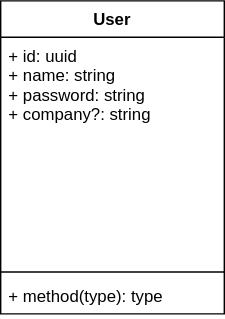
Above: _ProjectDiagrams/ClassDiagram.drawio.svg in gabrielhz/inventorymanager (draw.io), before the change. Source tidied: cells renumbered, new cells last; positions are measured from the earlier drawing's top-left corner, leaving out a move shared by most shapes.
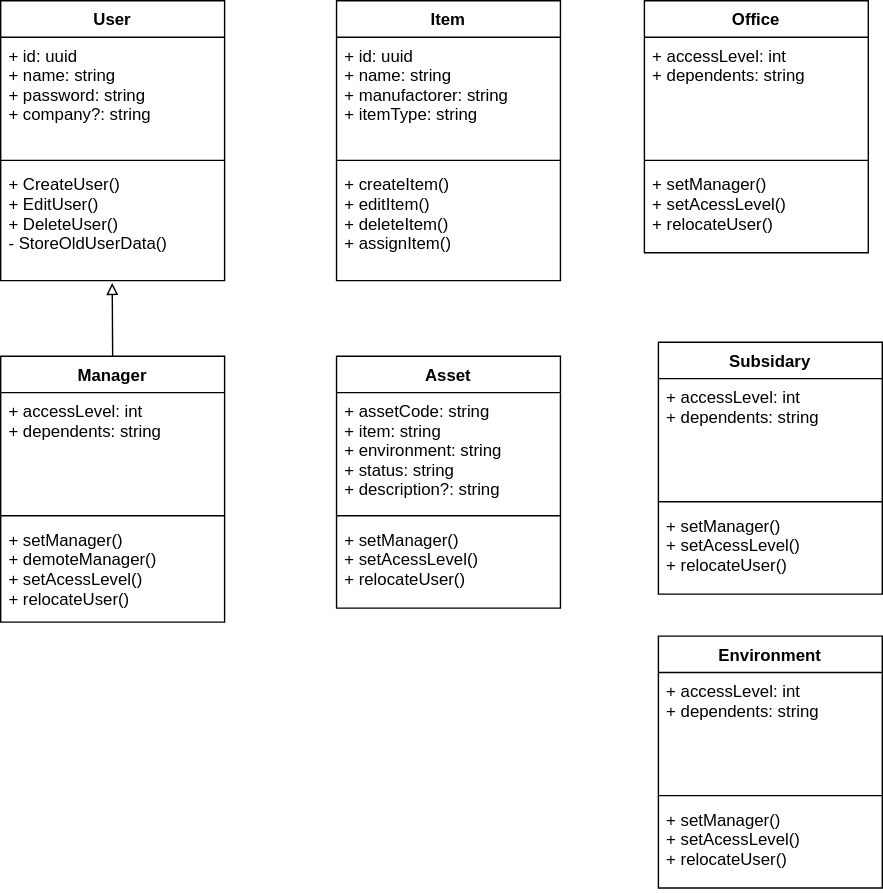
After the commit.

Commit message:
diagrams step

The edit, as a diff of the source:
```diff
@@ -3,16 +3,91 @@
     <mxCell id="0" />
     <mxCell id="1" parent="0" />
     <mxCell id="2" value="User" style="swimlane;fontStyle=1;align=center;verticalAlign=top;horizontal=1;startSize=26;" parent="1" vertex="1">
-      <mxGeometry width="160" height="224" as="geometry" />
+      <mxGeometry width="160" height="200" as="geometry" />
     </mxCell>
     <mxCell id="3" value="+ id: uuid&#10;+ name: string&#10;+ password: string&#10;+ company?: string&#10;" style="text;strokeColor=none;fillColor=none;align=left;verticalAlign=top;spacingLeft=4;spacingRight=4;overflow=hidden;" parent="2" vertex="1">
-      <mxGeometry y="26" width="160" height="164" as="geometry" />
+      <mxGeometry y="26" width="160" height="84" as="geometry" />
     </mxCell>
     <mxCell id="4" style="line;strokeWidth=1;fillColor=none;align=left;verticalAlign=middle;spacingTop=-1;spacingLeft=3;spacingRight=3;labelPosition=right;strokeColor=inherit;" parent="2" vertex="1">
-      <mxGeometry y="190" width="160" height="8" as="geometry" />
+      <mxGeometry y="110" width="160" height="8" as="geometry" />
     </mxCell>
-    <mxCell id="5" value="+ method(type): type" style="text;strokeColor=none;fillColor=none;align=left;verticalAlign=top;spacingLeft=4;spacingRight=4;overflow=hidden;points=[[0,0.5],[1,0.5]];portConstraint=eastwest;" parent="2" vertex="1">
-      <mxGeometry y="198" width="160" height="26" as="geometry" />
+    <mxCell id="5" value="+ CreateUser()&#10;+ EditUser()&#10;+ DeleteUser()&#10;- StoreOldUserData()&#10;&#10;" style="text;strokeColor=none;fillColor=none;align=left;verticalAlign=top;spacingLeft=4;spacingRight=4;overflow=hidden;points=[[0,0.5],[1,0.5]];portConstraint=eastwest;" parent="2" vertex="1">
+      <mxGeometry y="118" width="160" height="82" as="geometry" />
     </mxCell>
+    <mxCell id="6" style="edgeStyle=none;html=1;exitX=0.5;exitY=0;exitDx=0;exitDy=0;entryX=0.498;entryY=1.021;entryDx=0;entryDy=0;entryPerimeter=0;endArrow=block;endFill=0;" parent="1" edge="1" source="7" target="5">
+      <mxGeometry relative="1" as="geometry" />
+    </mxCell>
+    <mxCell id="7" value="Manager&#10;" style="swimlane;fontStyle=1;align=center;verticalAlign=top;horizontal=1;startSize=26;" parent="1" vertex="1">
+      <mxGeometry y="254" width="160" height="190" as="geometry" />
+    </mxCell>
+    <mxCell id="8" value="+ accessLevel: int&#10;+ dependents: string" style="text;strokeColor=none;fillColor=none;align=left;verticalAlign=top;spacingLeft=4;spacingRight=4;overflow=hidden;" parent="7" vertex="1">
+      <mxGeometry y="26" width="160" height="84" as="geometry" />
+    </mxCell>
+    <mxCell id="9" style="line;strokeWidth=1;fillColor=none;align=left;verticalAlign=middle;spacingTop=-1;spacingLeft=3;spacingRight=3;labelPosition=right;strokeColor=inherit;" parent="7" vertex="1">
+      <mxGeometry y="110" width="160" height="8" as="geometry" />
+    </mxCell>
+    <mxCell id="10" value="+ setManager()&#10;+ demoteManager()&#10;+ setAcessLevel()&#10;+ relocateUser()" style="text;strokeColor=none;fillColor=none;align=left;verticalAlign=top;spacingLeft=4;spacingRight=4;overflow=hidden;" parent="7" vertex="1">
+      <mxGeometry y="118" width="160" height="72" as="geometry" />
+    </mxCell>
+    <mxCell id="11" value="Asset" style="swimlane;fontStyle=1;align=center;verticalAlign=top;horizontal=1;startSize=26;" parent="1" vertex="1">
+      <mxGeometry x="240" y="254" width="160" height="180" as="geometry" />
+    </mxCell>
+    <mxCell id="12" value="+ assetCode: string&#10;+ item: string&#10;+ environment: string&#10;+ status: string &#10;+ description?: string&#10;" style="text;strokeColor=none;fillColor=none;align=left;verticalAlign=top;spacingLeft=4;spacingRight=4;overflow=hidden;fontColor=default;labelBackgroundColor=none;" parent="11" vertex="1">
+      <mxGeometry y="26" width="160" height="84" as="geometry" />
+    </mxCell>
+    <mxCell id="13" style="line;strokeWidth=1;fillColor=none;align=left;verticalAlign=middle;spacingTop=-1;spacingLeft=3;spacingRight=3;labelPosition=right;strokeColor=inherit;" parent="11" vertex="1">
+      <mxGeometry y="110" width="160" height="8" as="geometry" />
+    </mxCell>
+    <mxCell id="14" value="+ setManager()&#10;+ setAcessLevel()&#10;+ relocateUser()" style="text;strokeColor=none;fillColor=none;align=left;verticalAlign=top;spacingLeft=4;spacingRight=4;overflow=hidden;" parent="11" vertex="1">
+      <mxGeometry y="118" width="160" height="62" as="geometry" />
+    </mxCell>
+    <mxCell id="15" value="Item" style="swimlane;fontStyle=1;align=center;verticalAlign=top;horizontal=1;startSize=26;" parent="1" vertex="1">
+      <mxGeometry x="240" width="160" height="200" as="geometry" />
+    </mxCell>
+    <mxCell id="16" value="+ id: uuid&#10;+ name: string&#10;+ manufactorer: string&#10;+ itemType: string" style="text;strokeColor=none;fillColor=none;align=left;verticalAlign=top;spacingLeft=4;spacingRight=4;overflow=hidden;fontColor=default;labelBackgroundColor=none;" parent="15" vertex="1">
+      <mxGeometry y="26" width="160" height="84" as="geometry" />
+    </mxCell>
+    <mxCell id="17" style="line;strokeWidth=1;fillColor=none;align=left;verticalAlign=middle;spacingTop=-1;spacingLeft=3;spacingRight=3;labelPosition=right;strokeColor=inherit;" parent="15" vertex="1">
+      <mxGeometry y="110" width="160" height="8" as="geometry" />
+    </mxCell>
+    <mxCell id="18" value="+ createItem()&#10;+ editItem()&#10;+ deleteItem()&#10;+ assignItem()" style="text;strokeColor=none;fillColor=none;align=left;verticalAlign=top;spacingLeft=4;spacingRight=4;overflow=hidden;" parent="15" vertex="1">
+      <mxGeometry y="118" width="160" height="82" as="geometry" />
+    </mxCell>
+    <mxCell id="19" value="Office" style="swimlane;fontStyle=1;align=center;verticalAlign=top;horizontal=1;startSize=26;" parent="1" vertex="1">
+      <mxGeometry x="460" width="160" height="180" as="geometry" />
+    </mxCell>
+    <mxCell id="20" value="+ accessLevel: int&#10;+ dependents: string" style="text;strokeColor=none;fillColor=none;align=left;verticalAlign=top;spacingLeft=4;spacingRight=4;overflow=hidden;fontColor=default;labelBackgroundColor=none;" parent="19" vertex="1">
+      <mxGeometry y="26" width="160" height="84" as="geometry" />
+    </mxCell>
+    <mxCell id="21" style="line;strokeWidth=1;fillColor=none;align=left;verticalAlign=middle;spacingTop=-1;spacingLeft=3;spacingRight=3;labelPosition=right;strokeColor=inherit;" parent="19" vertex="1">
+      <mxGeometry y="110" width="160" height="8" as="geometry" />
+    </mxCell>
+    <mxCell id="22" value="+ setManager()&#10;+ setAcessLevel()&#10;+ relocateUser()" style="text;strokeColor=none;fillColor=none;align=left;verticalAlign=top;spacingLeft=4;spacingRight=4;overflow=hidden;" parent="19" vertex="1">
+      <mxGeometry y="118" width="160" height="62" as="geometry" />
+    </mxCell>
+    <mxCell id="23" value="Subsidary" style="swimlane;fontStyle=1;align=center;verticalAlign=top;horizontal=1;startSize=26;" parent="1" vertex="1">
+      <mxGeometry x="470" y="244" width="160" height="180" as="geometry" />
+    </mxCell>
+    <mxCell id="24" value="+ accessLevel: int&#10;+ dependents: string" style="text;strokeColor=none;fillColor=none;align=left;verticalAlign=top;spacingLeft=4;spacingRight=4;overflow=hidden;fontColor=default;labelBackgroundColor=none;" parent="23" vertex="1">
+      <mxGeometry y="26" width="160" height="84" as="geometry" />
+    </mxCell>
+    <mxCell id="25" style="line;strokeWidth=1;fillColor=none;align=left;verticalAlign=middle;spacingTop=-1;spacingLeft=3;spacingRight=3;labelPosition=right;strokeColor=inherit;" parent="23" vertex="1">
+      <mxGeometry y="110" width="160" height="8" as="geometry" />
+    </mxCell>
+    <mxCell id="26" value="+ setManager()&#10;+ setAcessLevel()&#10;+ relocateUser()" style="text;strokeColor=none;fillColor=none;align=left;verticalAlign=top;spacingLeft=4;spacingRight=4;overflow=hidden;" parent="23" vertex="1">
+      <mxGeometry y="118" width="160" height="62" as="geometry" />
+    </mxCell>
+    <mxCell id="27" value="Environment" style="swimlane;fontStyle=1;align=center;verticalAlign=top;horizontal=1;startSize=26;" parent="1" vertex="1">
+      <mxGeometry x="470" y="454" width="160" height="180" as="geometry" />
+    </mxCell>
+    <mxCell id="28" value="+ accessLevel: int&#10;+ dependents: string" style="text;strokeColor=none;fillColor=none;align=left;verticalAlign=top;spacingLeft=4;spacingRight=4;overflow=hidden;fontColor=default;labelBackgroundColor=none;" parent="27" vertex="1">
+      <mxGeometry y="26" width="160" height="84" as="geometry" />
+    </mxCell>
+    <mxCell id="29" style="line;strokeWidth=1;fillColor=none;align=left;verticalAlign=middle;spacingTop=-1;spacingLeft=3;spacingRight=3;labelPosition=right;strokeColor=inherit;" parent="27" vertex="1">
+      <mxGeometry y="110" width="160" height="8" as="geometry" />
+    </mxCell>
+    <mxCell id="30" value="+ setManager()&#10;+ setAcessLevel()&#10;+ relocateUser()" style="text;strokeColor=none;fillColor=none;align=left;verticalAlign=top;spacingLeft=4;spacingRight=4;overflow=hidden;" parent="27" vertex="1">
+      <mxGeometry y="118" width="160" height="62" as="geometry" />
+    </mxCell>
   </root>
 </mxGraphModel>
```
